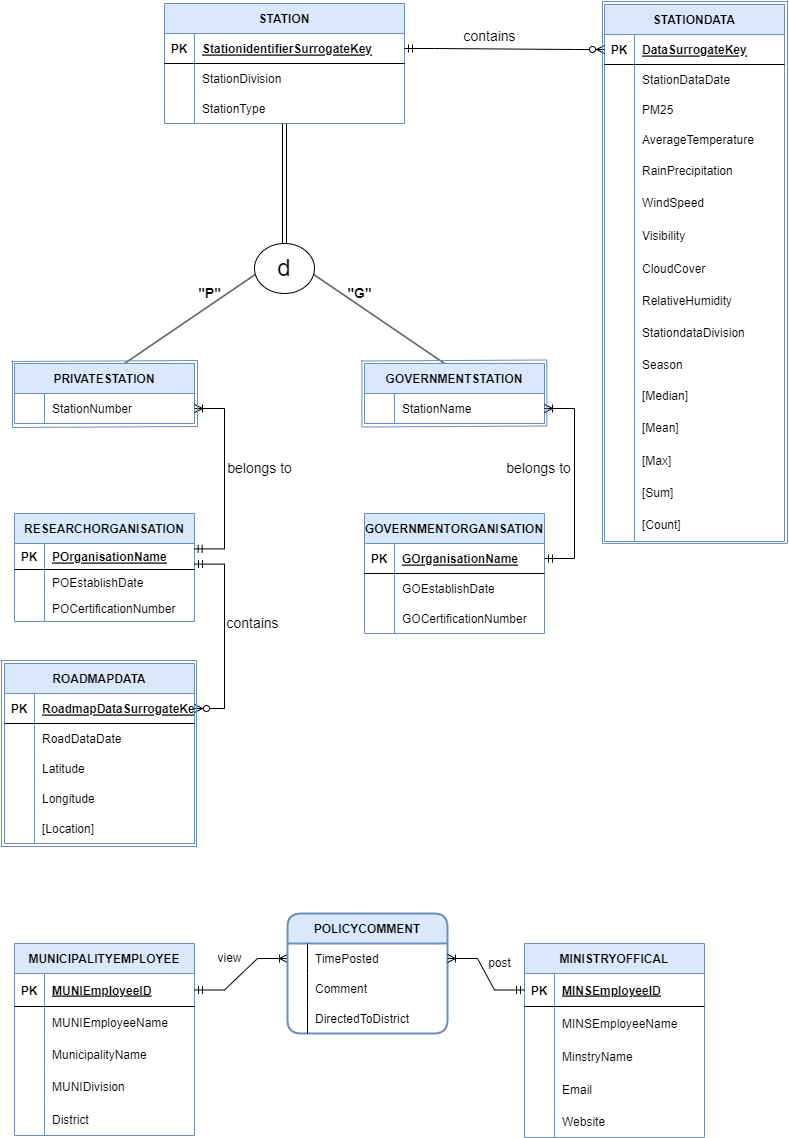
Above: ERDFinal.drawio.png in toushifhossain1/AirQualityMonitoringOfBangladesh (draw.io), before the change. Source tidied: cells renumbered, new cells last; positions are measured from the earlier drawing's top-left corner, leaving out a move shared by most shapes.
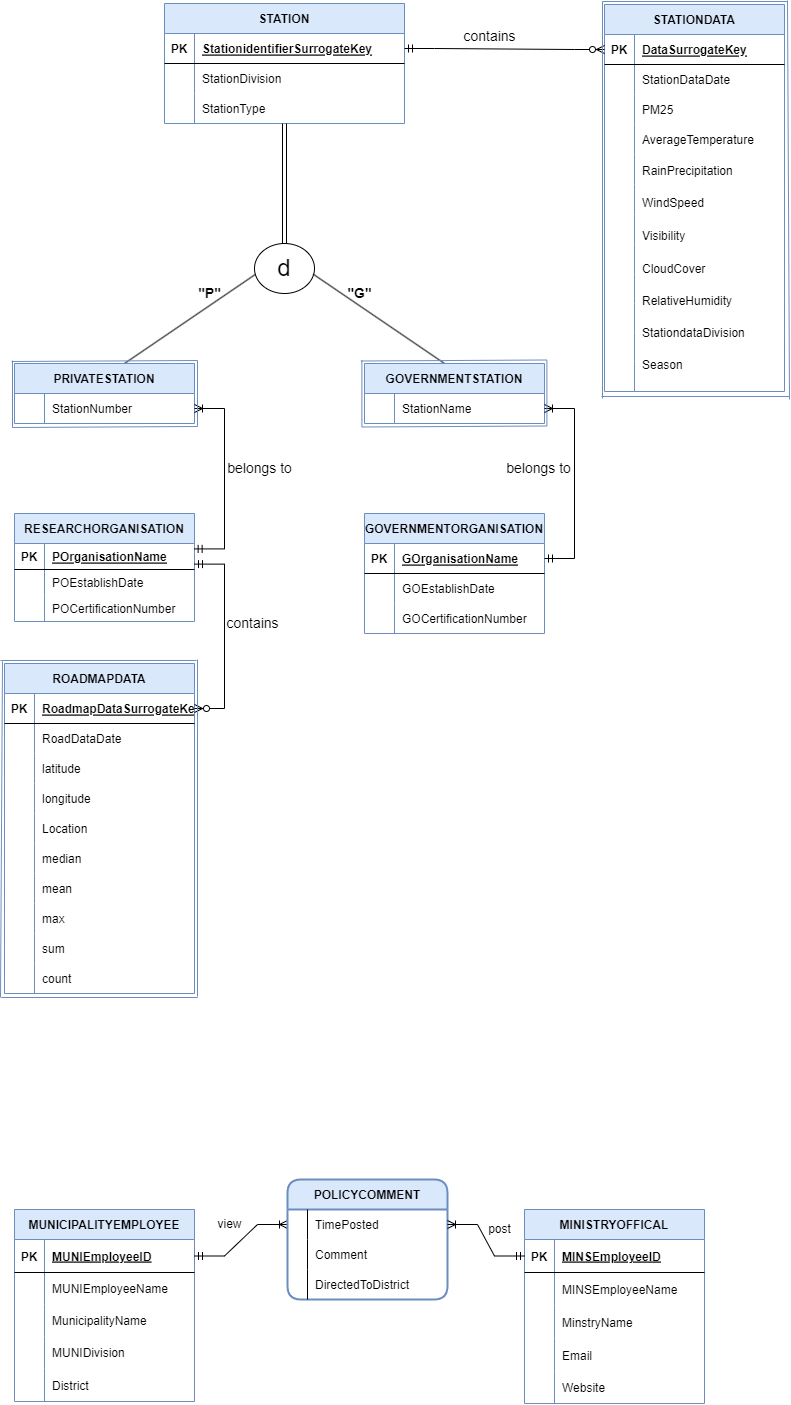
Later version of the same file.

Diff of the diagram source:
```diff
@@ -3,7 +3,7 @@
     <mxCell id="0" />
     <mxCell id="1" parent="0" />
     <mxCell id="2" value="MUNICIPALITYEMPLOYEE" style="shape=table;startSize=30;rowLines=0;fontStyle=1;align=center;fillColor=#dae8fc;strokeColor=#6c8ebf;" parent="1" vertex="1">
-      <mxGeometry x="14" y="943" width="180" height="192" as="geometry" />
+      <mxGeometry x="14" y="1209" width="180" height="192" as="geometry" />
     </mxCell>
     <mxCell id="3" style="shape=tableRow;horizontal=0;startSize=0;swimlaneHead=0;swimlaneBody=0;fillColor=none;points=[[0,0.5],[1,0.5]];portConstraint=eastwest;top=0;left=0;right=0;bottom=1;" parent="2" vertex="1">
       <mxGeometry y="30" width="180" height="33" as="geometry" />
@@ -54,7 +54,7 @@
       <mxGeometry relative="1" as="geometry" />
     </mxCell>
     <mxCell id="19" value="MINISTRYOFFICAL" style="shape=table;startSize=30;rowLines=0;fontStyle=1;align=center;fillColor=#dae8fc;strokeColor=#6c8ebf;" parent="1" vertex="1">
-      <mxGeometry x="524" y="943" width="180" height="194" as="geometry" />
+      <mxGeometry x="524" y="1209" width="180" height="194" as="geometry" />
     </mxCell>
     <mxCell id="20" style="shape=tableRow;horizontal=0;startSize=0;swimlaneHead=0;swimlaneBody=0;fillColor=none;points=[[0,0.5],[1,0.5]];portConstraint=eastwest;top=0;left=0;right=0;bottom=1;" parent="19" vertex="1">
       <mxGeometry y="30" width="180" height="33" as="geometry" />
@@ -102,7 +102,7 @@
       <mxGeometry x="30" width="150" height="32" as="geometry" />
     </mxCell>
     <mxCell id="35" value="POLICYCOMMENT" style="swimlane;horizontal=1;startSize=30;rounded=1;fontSize=12;fontStyle=1;strokeWidth=2;shadow=0;dashed=0;align=center;swimlaneLine=1;fillColor=#dae8fc;strokeColor=#6c8ebf;" parent="1" vertex="1">
-      <mxGeometry x="287" y="913" width="160" height="120" as="geometry" />
+      <mxGeometry x="287" y="1179" width="160" height="120" as="geometry" />
     </mxCell>
     <mxCell id="36" style="shape=table;startSize=0;rowLines=0;fontStyle=0;align=center;strokeColor=none;fillColor=none;rounded=0;sketch=0;shadow=0;swimlaneLine=1;" parent="35" vertex="1">
       <mxGeometry y="30" width="160" height="90" as="geometry" />
@@ -138,10 +138,10 @@
       <mxGeometry relative="1" as="geometry" />
     </mxCell>
     <mxCell id="47" value="post" style="text;html=1;align=center;verticalAlign=middle;strokeColor=none;fillColor=none;" parent="1" vertex="1">
-      <mxGeometry x="474" y="948" width="50" height="30" as="geometry" />
+      <mxGeometry x="474" y="1214" width="50" height="30" as="geometry" />
     </mxCell>
     <mxCell id="48" value="view" style="text;html=1;align=center;verticalAlign=middle;strokeColor=none;fillColor=none;" parent="1" vertex="1">
-      <mxGeometry x="204" y="943" width="50" height="30" as="geometry" />
+      <mxGeometry x="204" y="1209" width="50" height="30" as="geometry" />
     </mxCell>
     <mxCell id="49" value="STATION" style="shape=table;startSize=30;rowLines=0;fontStyle=1;align=center;fillColor=#DAE8FC;strokeColor=#6c8ebf;" parent="1" vertex="1">
       <mxGeometry x="164" y="3" width="240" height="120" as="geometry" />
@@ -174,7 +174,7 @@
       <mxGeometry x="30" width="210" height="30" as="geometry" />
     </mxCell>
     <mxCell id="59" value="STATIONDATA" style="shape=table;startSize=30;rowLines=0;fontStyle=1;align=center;fillColor=#DAE8FC;strokeColor=#6C8EBF;" parent="1" vertex="1">
-      <mxGeometry x="604" y="4" width="180" height="537" as="geometry" />
+      <mxGeometry x="604" y="4" width="180" height="387" as="geometry" />
     </mxCell>
     <mxCell id="60" style="shape=tableRow;horizontal=0;startSize=0;swimlaneHead=0;swimlaneBody=0;fillColor=none;points=[[0,0.5],[1,0.5]];portConstraint=eastwest;top=0;left=0;right=0;bottom=1;" parent="59" vertex="1">
       <mxGeometry y="30" width="180" height="30" as="geometry" />
@@ -284,24 +284,6 @@
     <mxCell id="95" style="shape=partialRectangle;fillColor=none;top=0;left=0;bottom=0;right=0;align=left;spacingLeft=6;overflow=hidden;" parent="93" vertex="1">
       <mxGeometry x="30" width="150" height="30" as="geometry" />
     </mxCell>
-    <mxCell id="96" style="shape=tableRow;horizontal=0;startSize=0;swimlaneHead=0;swimlaneBody=0;fillColor=none;top=0;left=0;right=0;bottom=0;" parent="59" vertex="1">
-      <mxGeometry y="387" width="180" height="30" as="geometry" />
-    </mxCell>
-    <mxCell id="97" style="shape=partialRectangle;fillColor=none;top=0;left=0;bottom=0;right=0;overflow=hidden;" parent="96" vertex="1">
-      <mxGeometry width="30" height="30" as="geometry" />
-    </mxCell>
-    <mxCell id="98" style="shape=partialRectangle;fillColor=none;top=0;left=0;bottom=0;right=0;align=left;spacingLeft=6;overflow=hidden;" parent="96" vertex="1">
-      <mxGeometry x="30" width="150" height="30" as="geometry" />
-    </mxCell>
-    <mxCell id="99" style="shape=tableRow;horizontal=0;startSize=0;swimlaneHead=0;swimlaneBody=0;fillColor=none;top=0;left=0;right=0;bottom=0;" parent="59" vertex="1">
-      <mxGeometry y="417" width="180" height="120" as="geometry" />
-    </mxCell>
-    <mxCell id="100" style="shape=partialRectangle;fillColor=none;top=0;left=0;bottom=0;right=0;overflow=hidden;" parent="99" vertex="1">
-      <mxGeometry width="30" height="120" as="geometry" />
-    </mxCell>
-    <mxCell id="101" style="shape=partialRectangle;fillColor=none;top=0;left=0;bottom=0;right=0;align=left;spacingLeft=6;overflow=hidden;" parent="99" vertex="1">
-      <mxGeometry x="30" width="150" height="120" as="geometry" />
-    </mxCell>
     <mxCell id="102" value="d" style="ellipse;whiteSpace=wrap;html=1;fontSize=24;" parent="1" vertex="1">
       <mxGeometry x="254" y="243" width="60" height="50" as="geometry" />
     </mxCell>
@@ -376,7 +358,7 @@
       <mxGeometry x="30" width="150" height="26" as="geometry" />
     </mxCell>
     <mxCell id="125" value="ROADMAPDATA" style="shape=table;startSize=30;rowLines=0;fontStyle=1;align=center;fillColor=#DAE8FC;strokeColor=#6C8EBF;" parent="1" vertex="1">
-      <mxGeometry x="4" y="663" width="190" height="180" as="geometry" />
+      <mxGeometry x="4" y="663" width="190" height="330" as="geometry" />
     </mxCell>
     <mxCell id="126" style="shape=tableRow;horizontal=0;startSize=0;swimlaneHead=0;swimlaneBody=0;fillColor=none;points=[[0,0.5],[1,0.5]];portConstraint=eastwest;top=0;left=0;right=0;bottom=1;" parent="125" vertex="1">
       <mxGeometry y="30" width="190" height="30" as="geometry" />
@@ -402,7 +384,7 @@
     <mxCell id="133" style="shape=partialRectangle;fillColor=none;top=0;left=0;bottom=0;right=0;overflow=hidden;" parent="132" vertex="1">
       <mxGeometry width="30" height="30" as="geometry" />
     </mxCell>
-    <mxCell id="134" value="Latitude" style="shape=partialRectangle;fillColor=none;top=0;left=0;bottom=0;right=0;align=left;spacingLeft=6;overflow=hidden;" parent="132" vertex="1">
+    <mxCell id="134" value="latitude" style="shape=partialRectangle;fillColor=none;top=0;left=0;bottom=0;right=0;align=left;spacingLeft=6;overflow=hidden;" parent="132" vertex="1">
       <mxGeometry x="30" width="160" height="30" as="geometry" />
     </mxCell>
     <mxCell id="135" style="shape=tableRow;horizontal=0;startSize=0;swimlaneHead=0;swimlaneBody=0;fillColor=none;top=0;left=0;right=0;bottom=0;" parent="125" vertex="1">
@@ -411,7 +393,7 @@
     <mxCell id="136" style="shape=partialRectangle;fillColor=none;top=0;left=0;bottom=0;right=0;overflow=hidden;" parent="135" vertex="1">
       <mxGeometry width="30" height="30" as="geometry" />
     </mxCell>
-    <mxCell id="137" value="Longitude" style="shape=partialRectangle;fillColor=none;top=0;left=0;bottom=0;right=0;align=left;spacingLeft=6;overflow=hidden;" parent="135" vertex="1">
+    <mxCell id="137" value="longitude" style="shape=partialRectangle;fillColor=none;top=0;left=0;bottom=0;right=0;align=left;spacingLeft=6;overflow=hidden;" parent="135" vertex="1">
       <mxGeometry x="30" width="160" height="30" as="geometry" />
     </mxCell>
     <mxCell id="138" style="shape=tableRow;horizontal=0;startSize=0;swimlaneHead=0;swimlaneBody=0;fillColor=none;top=0;left=0;right=0;bottom=0;" parent="125" vertex="1">
@@ -420,9 +402,54 @@
     <mxCell id="139" style="shape=partialRectangle;fillColor=none;top=0;left=0;bottom=0;right=0;overflow=hidden;" parent="138" vertex="1">
       <mxGeometry width="30" height="30" as="geometry" />
     </mxCell>
-    <mxCell id="140" value="[Location]" style="shape=partialRectangle;fillColor=none;top=0;left=0;bottom=0;right=0;align=left;spacingLeft=6;overflow=hidden;" parent="138" vertex="1">
+    <mxCell id="140" value="Location" style="shape=partialRectangle;fillColor=none;top=0;left=0;bottom=0;right=0;align=left;spacingLeft=6;overflow=hidden;" parent="138" vertex="1">
       <mxGeometry x="30" width="160" height="30" as="geometry" />
     </mxCell>
+    <mxCell id="189" style="shape=tableRow;horizontal=0;startSize=0;swimlaneHead=0;swimlaneBody=0;fillColor=none;top=0;left=0;right=0;bottom=0;" parent="125" vertex="1">
+      <mxGeometry y="180" width="190" height="30" as="geometry" />
+    </mxCell>
+    <mxCell id="190" style="shape=partialRectangle;fillColor=none;top=0;left=0;bottom=0;right=0;overflow=hidden;" parent="189" vertex="1">
+      <mxGeometry width="30" height="30" as="geometry" />
+    </mxCell>
+    <mxCell id="191" value="median" style="shape=partialRectangle;fillColor=none;top=0;left=0;bottom=0;right=0;align=left;spacingLeft=6;overflow=hidden;" parent="189" vertex="1">
+      <mxGeometry x="30" width="160" height="30" as="geometry" />
+    </mxCell>
+    <mxCell id="192" style="shape=tableRow;horizontal=0;startSize=0;swimlaneHead=0;swimlaneBody=0;fillColor=none;top=0;left=0;right=0;bottom=0;" parent="125" vertex="1">
+      <mxGeometry y="210" width="190" height="30" as="geometry" />
+    </mxCell>
+    <mxCell id="193" style="shape=partialRectangle;fillColor=none;top=0;left=0;bottom=0;right=0;overflow=hidden;" parent="192" vertex="1">
+      <mxGeometry width="30" height="30" as="geometry" />
+    </mxCell>
+    <mxCell id="194" value="mean" style="shape=partialRectangle;fillColor=none;top=0;left=0;bottom=0;right=0;align=left;spacingLeft=6;overflow=hidden;" parent="192" vertex="1">
+      <mxGeometry x="30" width="160" height="30" as="geometry" />
+    </mxCell>
+    <mxCell id="195" style="shape=tableRow;horizontal=0;startSize=0;swimlaneHead=0;swimlaneBody=0;fillColor=none;top=0;left=0;right=0;bottom=0;" parent="125" vertex="1">
+      <mxGeometry y="240" width="190" height="30" as="geometry" />
+    </mxCell>
+    <mxCell id="196" style="shape=partialRectangle;fillColor=none;top=0;left=0;bottom=0;right=0;overflow=hidden;" parent="195" vertex="1">
+      <mxGeometry width="30" height="30" as="geometry" />
+    </mxCell>
+    <mxCell id="197" value="max" style="shape=partialRectangle;fillColor=none;top=0;left=0;bottom=0;right=0;align=left;spacingLeft=6;overflow=hidden;" parent="195" vertex="1">
+      <mxGeometry x="30" width="160" height="30" as="geometry" />
+    </mxCell>
+    <mxCell id="198" style="shape=tableRow;horizontal=0;startSize=0;swimlaneHead=0;swimlaneBody=0;fillColor=none;top=0;left=0;right=0;bottom=0;" parent="125" vertex="1">
+      <mxGeometry y="270" width="190" height="30" as="geometry" />
+    </mxCell>
+    <mxCell id="199" style="shape=partialRectangle;fillColor=none;top=0;left=0;bottom=0;right=0;overflow=hidden;" parent="198" vertex="1">
+      <mxGeometry width="30" height="30" as="geometry" />
+    </mxCell>
+    <mxCell id="200" value="sum" style="shape=partialRectangle;fillColor=none;top=0;left=0;bottom=0;right=0;align=left;spacingLeft=6;overflow=hidden;" parent="198" vertex="1">
+      <mxGeometry x="30" width="160" height="30" as="geometry" />
+    </mxCell>
+    <mxCell id="201" style="shape=tableRow;horizontal=0;startSize=0;swimlaneHead=0;swimlaneBody=0;fillColor=none;top=0;left=0;right=0;bottom=0;" parent="125" vertex="1">
+      <mxGeometry y="300" width="190" height="30" as="geometry" />
+    </mxCell>
+    <mxCell id="202" style="shape=partialRectangle;fillColor=none;top=0;left=0;bottom=0;right=0;overflow=hidden;" parent="201" vertex="1">
+      <mxGeometry width="30" height="30" as="geometry" />
+    </mxCell>
+    <mxCell id="203" value="count" style="shape=partialRectangle;fillColor=none;top=0;left=0;bottom=0;right=0;align=left;spacingLeft=6;overflow=hidden;" parent="201" vertex="1">
+      <mxGeometry x="30" width="160" height="30" as="geometry" />
+    </mxCell>
     <mxCell id="141" style="edgeStyle=entityRelationEdgeStyle;fontSize=12;html=1;endArrow=ERzeroToMany;startArrow=ERmandOne;rounded=0;entryX=0;entryY=0.5;entryDx=0;entryDy=0;" parent="1" edge="1" source="50" target="60">
       <mxGeometry relative="1" as="geometry" />
     </mxCell>
@@ -492,21 +519,6 @@
     <mxCell id="163" value="Season" style="shape=partialRectangle;fillColor=none;top=0;left=0;bottom=0;right=0;align=left;spacingLeft=6;overflow=hidden;" parent="1" vertex="1">
       <mxGeometry x="634" y="352" width="150" height="23" as="geometry" />
     </mxCell>
-    <mxCell id="164" value="[Median]" style="shape=partialRectangle;fillColor=none;top=0;left=0;bottom=0;right=0;align=left;spacingLeft=6;overflow=hidden;" parent="1" vertex="1">
-      <mxGeometry x="634" y="378" width="150" height="33" as="geometry" />
-    </mxCell>
-    <mxCell id="165" value="[Mean]" style="shape=partialRectangle;fillColor=none;top=0;left=0;bottom=0;right=0;align=left;spacingLeft=6;overflow=hidden;" parent="1" vertex="1">
-      <mxGeometry x="634" y="410" width="150" height="33" as="geometry" />
-    </mxCell>
-    <mxCell id="166" value="[Max]" style="shape=partialRectangle;fillColor=none;top=0;left=0;bottom=0;right=0;align=left;spacingLeft=6;overflow=hidden;" parent="1" vertex="1">
-      <mxGeometry x="634" y="443" width="150" height="33" as="geometry" />
-    </mxCell>
-    <mxCell id="167" value="[Sum]" style="shape=partialRectangle;fillColor=none;top=0;left=0;bottom=0;right=0;align=left;spacingLeft=6;overflow=hidden;" parent="1" vertex="1">
-      <mxGeometry x="634" y="475" width="150" height="33" as="geometry" />
-    </mxCell>
-    <mxCell id="168" value="[Count]" style="shape=partialRectangle;fillColor=none;top=0;left=0;bottom=0;right=0;align=left;spacingLeft=6;overflow=hidden;" parent="1" vertex="1">
-      <mxGeometry x="634" y="507" width="150" height="33" as="geometry" />
-    </mxCell>
     <mxCell id="169" value="belongs to" style="text;html=1;align=center;verticalAlign=middle;strokeColor=none;fillColor=none;fontSize=14;" parent="1" vertex="1">
       <mxGeometry x="214" y="453" width="90" height="30" as="geometry" />
     </mxCell>
@@ -575,31 +587,31 @@
     </mxCell>
     <mxCell id="182" style="endArrow=none;html=1;rounded=0;fontSize=14;fillColor=#dae8fc;strokeColor=#6c8ebf;" parent="1" edge="1">
       <mxGeometry relative="1" as="geometry">
-        <mxPoint x="196.5" y="846" as="sourcePoint" />
-        <mxPoint y="846" as="targetPoint" />
+        <mxPoint x="197.2" y="997" as="sourcePoint" />
+        <mxPoint x="0.8" y="997" as="targetPoint" />
       </mxGeometry>
     </mxCell>
     <mxCell id="183" style="endArrow=none;html=1;rounded=0;fontSize=14;fillColor=#dae8fc;strokeColor=#6c8ebf;" parent="1" edge="1">
       <mxGeometry relative="1" as="geometry">
-        <mxPoint x="196" y="660" as="sourcePoint" />
-        <mxPoint x="196" y="846" as="targetPoint" />
+        <mxPoint x="197" y="659" as="sourcePoint" />
+        <mxPoint x="197" y="996" as="targetPoint" />
       </mxGeometry>
     </mxCell>
     <mxCell id="184" style="endArrow=none;html=1;rounded=0;fontSize=14;fillColor=#dae8fc;strokeColor=#6c8ebf;" parent="1" edge="1">
       <mxGeometry relative="1" as="geometry">
-        <mxPoint x="1" y="660" as="sourcePoint" />
-        <mxPoint x="1" y="846" as="targetPoint" />
+        <mxPoint x="2" y="661" as="sourcePoint" />
+        <mxPoint y="997" as="targetPoint" />
       </mxGeometry>
     </mxCell>
     <mxCell id="185" style="endArrow=none;html=1;rounded=0;fontSize=14;strokeColor=#6C8EBF;" parent="1" edge="1">
       <mxGeometry relative="1" as="geometry">
-        <mxPoint x="787" y="543" as="sourcePoint" />
+        <mxPoint x="789" y="399" as="sourcePoint" />
         <mxPoint x="787" as="targetPoint" />
       </mxGeometry>
     </mxCell>
     <mxCell id="186" style="endArrow=none;html=1;rounded=0;fontSize=14;strokeColor=#6C8EBF;" parent="1" edge="1">
       <mxGeometry relative="1" as="geometry">
-        <mxPoint x="602" y="543" as="sourcePoint" />
+        <mxPoint x="602" y="398" as="sourcePoint" />
         <mxPoint x="602" y="1" as="targetPoint" />
       </mxGeometry>
     </mxCell>
@@ -611,8 +623,8 @@
     </mxCell>
     <mxCell id="188" style="endArrow=none;html=1;rounded=0;fontSize=14;strokeColor=#6C8EBF;" parent="1" edge="1">
       <mxGeometry relative="1" as="geometry">
-        <mxPoint x="601.5" y="542.9" as="sourcePoint" />
-        <mxPoint x="786.5" y="542.9" as="targetPoint" />
+        <mxPoint x="601" y="396" as="sourcePoint" />
+        <mxPoint x="789" y="396" as="targetPoint" />
       </mxGeometry>
     </mxCell>
   </root>
```
